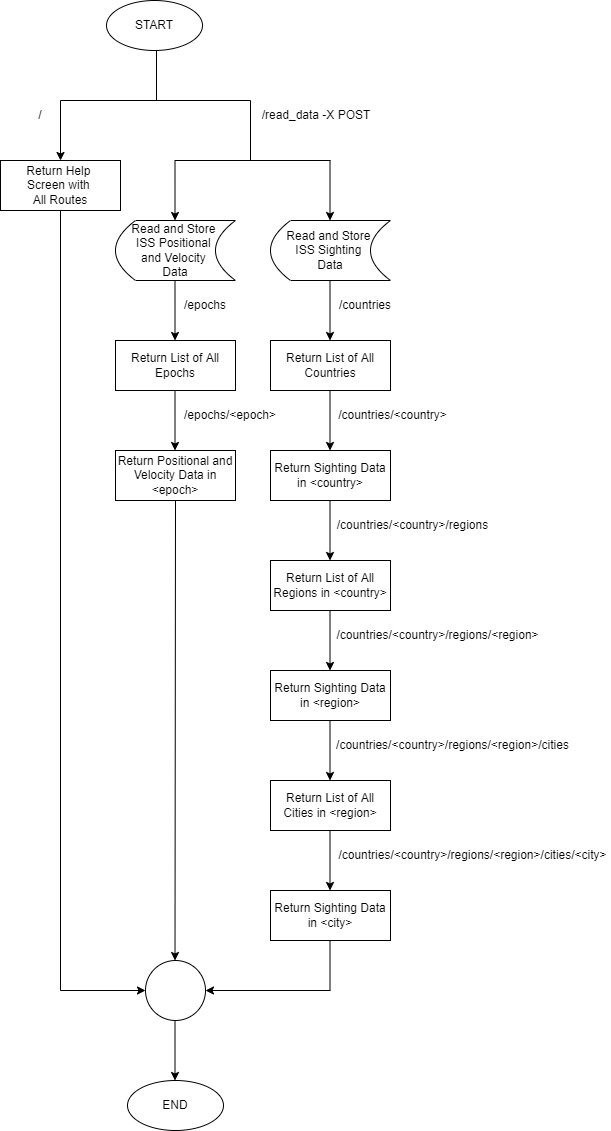
This is homework07/Software_Diagram.png from etchi17/COE332_Homework, a draw.io export, as it was before one commit. Source tidied: cells renumbered, new cells last; positions are measured from the earlier drawing's top-left corner, leaving out a move shared by most shapes.
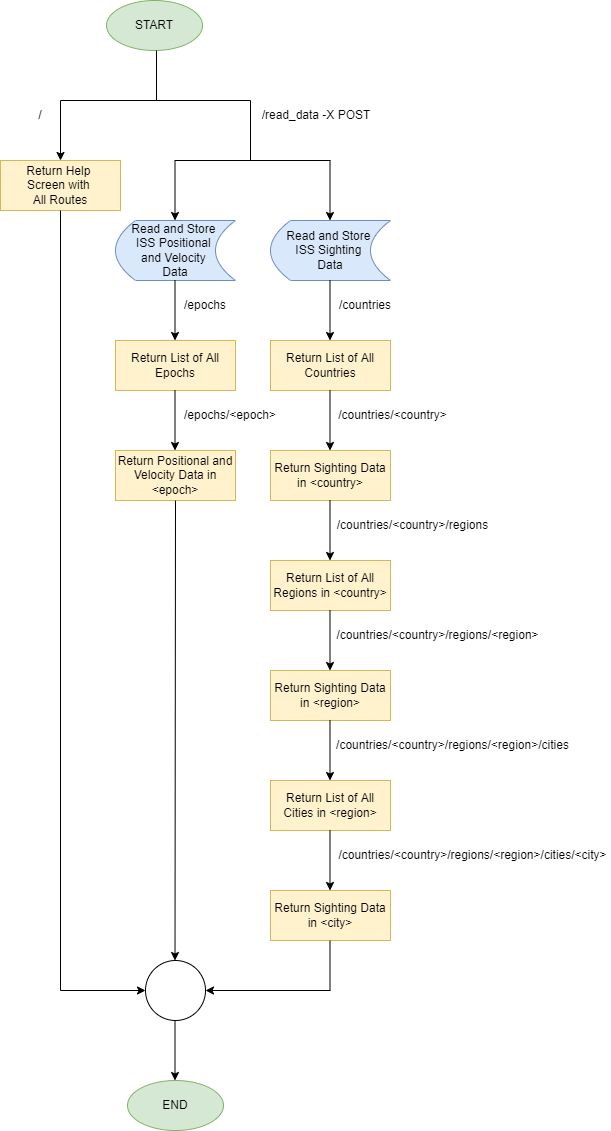
The same file after the commit.

Diff of the diagram source:
```diff
@@ -2,7 +2,7 @@
   <root>
     <mxCell id="0" />
     <mxCell id="1" parent="0" />
-    <mxCell id="2" value="START" style="ellipse;whiteSpace=wrap;html=1;" parent="1" vertex="1">
+    <mxCell id="2" value="START" style="ellipse;whiteSpace=wrap;html=1;rounded=0;fillColor=#d5e8d4;strokeColor=#82b366;" parent="1" vertex="1">
       <mxGeometry x="106" width="96" height="50" as="geometry" />
     </mxCell>
     <mxCell id="3" value="/read_data -X POST" style="text;html=1;strokeColor=none;fillColor=none;align=center;verticalAlign=middle;whiteSpace=wrap;rounded=0;" parent="1" vertex="1">
@@ -17,10 +17,10 @@
     <mxCell id="5" value="/" style="text;html=1;strokeColor=none;fillColor=none;align=center;verticalAlign=middle;whiteSpace=wrap;rounded=0;" parent="1" vertex="1">
       <mxGeometry x="10" y="100" width="60" height="30" as="geometry" />
     </mxCell>
-    <mxCell id="6" value="Read and Store &lt;br&gt;ISS Positional &lt;br&gt;and Velocity &lt;br&gt;Data" style="shape=dataStorage;whiteSpace=wrap;html=1;fixedSize=1;" parent="1" vertex="1">
+    <mxCell id="6" value="Read and Store &lt;br&gt;ISS Positional &lt;br&gt;and Velocity &lt;br&gt;Data" style="shape=dataStorage;whiteSpace=wrap;html=1;fixedSize=1;rounded=0;fillColor=#dae8fc;strokeColor=#6c8ebf;" parent="1" vertex="1">
       <mxGeometry x="115" y="220" width="120" height="60" as="geometry" />
     </mxCell>
-    <mxCell id="7" value="Read and Store &lt;br&gt;ISS Sighting &lt;br&gt;Data" style="shape=dataStorage;whiteSpace=wrap;html=1;fixedSize=1;" parent="1" vertex="1">
+    <mxCell id="7" value="Read and Store &lt;br&gt;ISS Sighting &lt;br&gt;Data" style="shape=dataStorage;whiteSpace=wrap;html=1;fixedSize=1;rounded=0;fillColor=#dae8fc;strokeColor=#6c8ebf;" parent="1" vertex="1">
       <mxGeometry x="270" y="220" width="120" height="60" as="geometry" />
     </mxCell>
     <mxCell id="8" style="endArrow=none;html=1;rounded=0;" parent="1" edge="1">
@@ -53,7 +53,7 @@
         <mxPoint x="156" y="50" as="targetPoint" />
       </mxGeometry>
     </mxCell>
-    <mxCell id="13" value="Return Help &lt;br&gt;Screen with &lt;br&gt;All Routes" style="rounded=0;whiteSpace=wrap;html=1;" parent="1" vertex="1">
+    <mxCell id="13" value="Return Help &lt;br&gt;Screen with &lt;br&gt;All Routes" style="rounded=0;whiteSpace=wrap;html=1;fillColor=#fff2cc;strokeColor=#d6b656;" parent="1" vertex="1">
       <mxGeometry y="160" width="120" height="50" as="geometry" />
     </mxCell>
     <mxCell id="14" style="endArrow=classic;html=1;rounded=0;" parent="1" edge="1">
@@ -80,10 +80,10 @@
     <mxCell id="18" value="/countries" style="text;html=1;strokeColor=none;fillColor=none;align=center;verticalAlign=middle;whiteSpace=wrap;rounded=0;" parent="1" vertex="1">
       <mxGeometry x="335" y="290" width="60" height="30" as="geometry" />
     </mxCell>
-    <mxCell id="19" value="Return List of All Countries" style="rounded=0;whiteSpace=wrap;html=1;" parent="1" vertex="1">
+    <mxCell id="19" value="Return List of All Countries" style="rounded=0;whiteSpace=wrap;html=1;fillColor=#fff2cc;strokeColor=#d6b656;" parent="1" vertex="1">
       <mxGeometry x="270" y="340" width="120" height="50" as="geometry" />
     </mxCell>
-    <mxCell id="20" value="Return List of All Epochs" style="rounded=0;whiteSpace=wrap;html=1;" parent="1" vertex="1">
+    <mxCell id="20" value="Return List of All Epochs" style="rounded=0;whiteSpace=wrap;html=1;fillColor=#fff2cc;strokeColor=#d6b656;" parent="1" vertex="1">
       <mxGeometry x="115" y="340" width="120" height="50" as="geometry" />
     </mxCell>
     <mxCell id="21" style="endArrow=classic;html=1;rounded=0;" parent="1" edge="1">
@@ -104,10 +104,10 @@
     <mxCell id="24" value="/countries/&amp;lt;country&amp;gt;" style="text;html=1;strokeColor=none;fillColor=none;align=center;verticalAlign=middle;whiteSpace=wrap;rounded=0;" parent="1" vertex="1">
       <mxGeometry x="335" y="400" width="115" height="30" as="geometry" />
     </mxCell>
-    <mxCell id="25" value="Return Positional and Velocity Data in &amp;lt;epoch&amp;gt;" style="rounded=0;whiteSpace=wrap;html=1;" parent="1" vertex="1">
+    <mxCell id="25" value="Return Positional and Velocity Data in &amp;lt;epoch&amp;gt;" style="rounded=0;whiteSpace=wrap;html=1;fillColor=#fff2cc;strokeColor=#d6b656;" parent="1" vertex="1">
       <mxGeometry x="115" y="450" width="120" height="50" as="geometry" />
     </mxCell>
-    <mxCell id="26" value="Return Sighting Data in &amp;lt;country&amp;gt;" style="rounded=0;whiteSpace=wrap;html=1;" parent="1" vertex="1">
+    <mxCell id="26" value="Return Sighting Data in &amp;lt;country&amp;gt;" style="rounded=0;whiteSpace=wrap;html=1;fillColor=#fff2cc;strokeColor=#d6b656;" parent="1" vertex="1">
       <mxGeometry x="270" y="450" width="120" height="50" as="geometry" />
     </mxCell>
     <mxCell id="27" style="endArrow=classic;html=1;rounded=0;" parent="1" edge="1">
@@ -119,7 +119,7 @@
     <mxCell id="28" value="/countries/&amp;lt;country&amp;gt;/regions" style="text;html=1;strokeColor=none;fillColor=none;align=center;verticalAlign=middle;whiteSpace=wrap;rounded=0;" parent="1" vertex="1">
       <mxGeometry x="335" y="510" width="155" height="30" as="geometry" />
     </mxCell>
-    <mxCell id="29" value="Return List of All Regions in &amp;lt;country&amp;gt;" style="rounded=0;whiteSpace=wrap;html=1;" parent="1" vertex="1">
+    <mxCell id="29" value="Return List of All Regions in &amp;lt;country&amp;gt;" style="rounded=0;whiteSpace=wrap;html=1;fillColor=#fff2cc;strokeColor=#d6b656;" parent="1" vertex="1">
       <mxGeometry x="270" y="560" width="120" height="50" as="geometry" />
     </mxCell>
     <mxCell id="30" style="endArrow=classic;html=1;rounded=0;" parent="1" edge="1">
@@ -131,7 +131,7 @@
     <mxCell id="31" value="/countries/&amp;lt;country&amp;gt;/regions/&amp;lt;region&amp;gt;" style="text;html=1;strokeColor=none;fillColor=none;align=center;verticalAlign=middle;whiteSpace=wrap;rounded=0;" parent="1" vertex="1">
       <mxGeometry x="335" y="620" width="205" height="30" as="geometry" />
     </mxCell>
-    <mxCell id="32" value="Return Sighting Data in &amp;lt;region&amp;gt;" style="rounded=0;whiteSpace=wrap;html=1;" parent="1" vertex="1">
+    <mxCell id="32" value="Return Sighting Data in &amp;lt;region&amp;gt;" style="rounded=0;whiteSpace=wrap;html=1;fillColor=#fff2cc;strokeColor=#d6b656;" parent="1" vertex="1">
       <mxGeometry x="270" y="670" width="120" height="50" as="geometry" />
     </mxCell>
     <mxCell id="33" style="endArrow=classic;html=1;rounded=0;" parent="1" edge="1">
@@ -143,7 +143,7 @@
     <mxCell id="34" value="/countries/&amp;lt;country&amp;gt;/regions/&amp;lt;region&amp;gt;/cities" style="text;html=1;strokeColor=none;fillColor=none;align=center;verticalAlign=middle;whiteSpace=wrap;rounded=0;" parent="1" vertex="1">
       <mxGeometry x="335" y="730" width="235" height="30" as="geometry" />
     </mxCell>
-    <mxCell id="35" value="Return List of All Cities in &amp;lt;region&amp;gt;" style="rounded=0;whiteSpace=wrap;html=1;" parent="1" vertex="1">
+    <mxCell id="35" value="Return List of All Cities in &amp;lt;region&amp;gt;" style="rounded=0;whiteSpace=wrap;html=1;fillColor=#fff2cc;strokeColor=#d6b656;" parent="1" vertex="1">
       <mxGeometry x="270" y="780" width="120" height="50" as="geometry" />
     </mxCell>
     <mxCell id="36" style="endArrow=classic;html=1;rounded=0;" parent="1" edge="1">
@@ -155,7 +155,7 @@
     <mxCell id="37" value="/countries/&amp;lt;country&amp;gt;/regions/&amp;lt;region&amp;gt;/cities/&amp;lt;city&amp;gt;" style="text;html=1;strokeColor=none;fillColor=none;align=center;verticalAlign=middle;whiteSpace=wrap;rounded=0;" parent="1" vertex="1">
       <mxGeometry x="335" y="840" width="275" height="30" as="geometry" />
     </mxCell>
-    <mxCell id="38" value="Return Sighting Data in &amp;lt;city&amp;gt;" style="rounded=0;whiteSpace=wrap;html=1;" parent="1" vertex="1">
+    <mxCell id="38" value="Return Sighting Data in &amp;lt;city&amp;gt;" style="rounded=0;whiteSpace=wrap;html=1;fillColor=#fff2cc;strokeColor=#d6b656;" parent="1" vertex="1">
       <mxGeometry x="270" y="890" width="120" height="50" as="geometry" />
     </mxCell>
     <mxCell id="39" style="endArrow=none;html=1;rounded=0;" parent="1" edge="1">
@@ -170,7 +170,7 @@
         <mxPoint x="329.5" y="940" as="targetPoint" />
       </mxGeometry>
     </mxCell>
-    <mxCell id="41" style="ellipse;whiteSpace=wrap;html=1;" parent="1" vertex="1">
+    <mxCell id="41" style="ellipse;whiteSpace=wrap;html=1;rounded=0;" parent="1" vertex="1">
       <mxGeometry x="145" y="960" width="60" height="60" as="geometry" />
     </mxCell>
     <mxCell id="42" style="endArrow=classic;html=1;rounded=0;exitX=0.5;exitY=1;exitDx=0;exitDy=0;" parent="1" edge="1" source="25">
@@ -195,7 +195,7 @@
         <mxPoint x="174.5" y="1080" as="targetPoint" />
       </mxGeometry>
     </mxCell>
-    <mxCell id="46" value="END" style="ellipse;whiteSpace=wrap;html=1;" parent="1" vertex="1">
+    <mxCell id="46" value="END" style="ellipse;whiteSpace=wrap;html=1;rounded=0;fillColor=#d5e8d4;strokeColor=#82b366;" parent="1" vertex="1">
       <mxGeometry x="127" y="1080" width="96" height="50" as="geometry" />
     </mxCell>
   </root>
```
